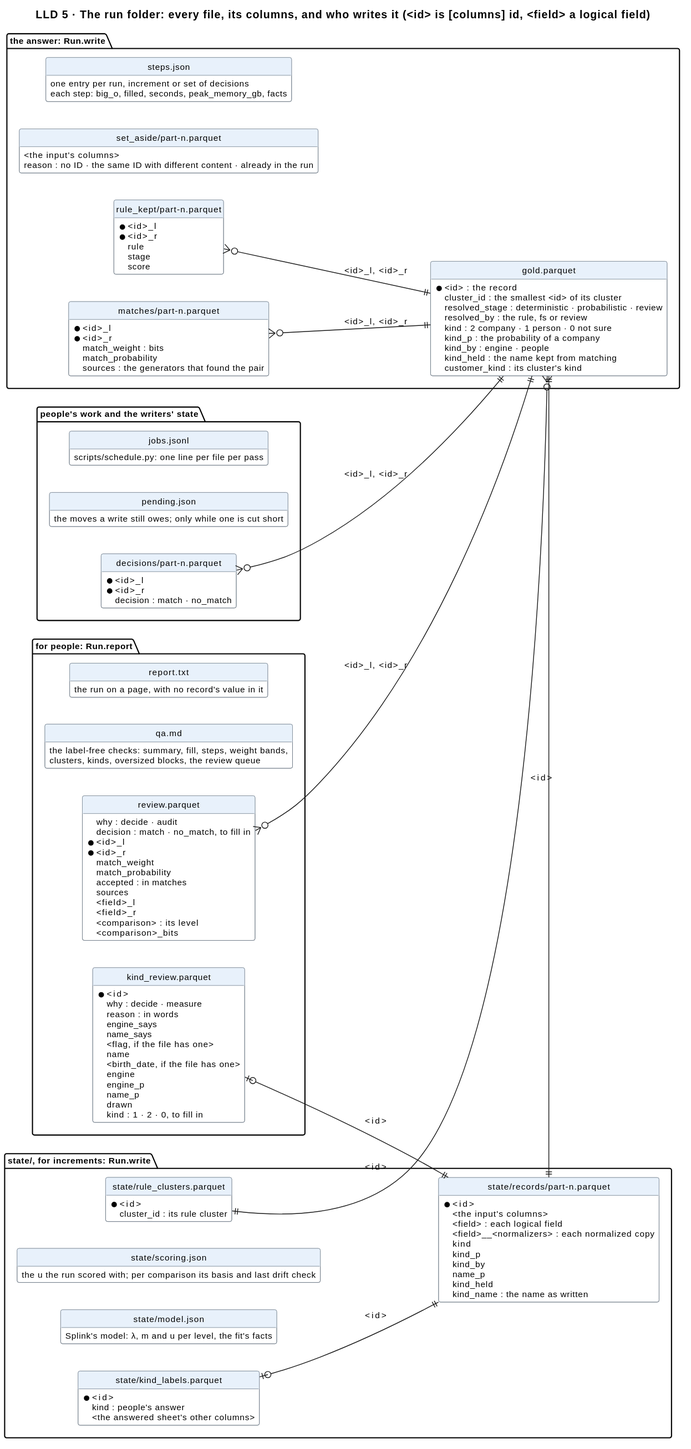
This is docs/diagrams/data.svg from mvsbm/entity_matching, a PlantUML export, as it was before one commit. Its diagram source:
```plantuml
@startuml
title LLD 5 · The run folder: every file, its columns, and who writes it (<id> is [columns] id, <field> a logical field)
set namespaceSeparator none
left to right direction
hide circle
hide methods
skinparam defaultFontSize 11
skinparam class {
  BackgroundColor #FFFFFF
  BorderColor #65717E
  HeaderBackgroundColor #E8F1FB
}

package "the answer: Run.write" {
  entity "gold.parquet" as gold {
    * <id> : the record
    cluster_id : the smallest <id> of its cluster
    resolved_stage : deterministic · probabilistic · review
    resolved_by : the rule, fs or review
    kind : 2 company · 1 person · 0 not sure
    kind_p : the probability of a company
    kind_by : engine · people
    kind_held : the name kept from matching
    customer_kind : its cluster's kind
  }
  entity "matches/part-n.parquet" as matches {
    * <id>_l
    * <id>_r
    match_weight : bits
    match_probability
    sources : the generators that found the pair
  }
  entity "rule_kept/part-n.parquet" as rule_kept {
    * <id>_l
    * <id>_r
    rule
    stage
    score
  }
  entity "set_aside/part-n.parquet" as set_aside {
    <the input's columns>
    reason : no ID · the same ID with different content · already in the run
  }
  entity "steps.json" as steps {
    one entry per run, increment or set of decisions
    each step: big_o, filled, seconds, peak_memory_gb, facts
  }
}

package "state/, for increments: Run.write" {
  entity "state/records/part-n.parquet" as records {
    * <id>
    <the input's columns>
    <field> : each logical field
    <field>__<normalizers> : each normalized copy
    kind
    kind_p
    kind_by
    name_p
    kind_held
    kind_name : the name as written
  }
  entity "state/rule_clusters.parquet" as rule_clusters {
    * <id>
    cluster_id : its rule cluster
  }
  entity "state/model.json" as model {
    Splink's model: λ, m and u per level, the fit's facts
  }
  entity "state/scoring.json" as scoring {
    the u the run scored with; per comparison its basis and last drift check
  }
  entity "state/kind_labels.parquet" as kind_labels {
    * <id>
    kind : people's answer
    <the answered sheet's other columns>
  }
}

package "for people: Run.report" {
  entity "review.parquet" as review {
    why : decide · audit
    decision : match · no_match, to fill in
    * <id>_l
    * <id>_r
    match_weight
    match_probability
    accepted : in matches
    sources
    <field>_l
    <field>_r
    <comparison> : its level
    <comparison>_bits
  }
  entity "kind_review.parquet" as kind_review {
    * <id>
    why : decide · measure
    reason : in words
    engine_says
    name_says
    <flag, if the file has one>
    name
    <birth_date, if the file has one>
    engine
    engine_p
    name_p
    drawn
    kind : 1 · 2 · 0, to fill in
  }
  entity "qa.md" as qa {
    the label-free checks: summary, fill, steps, weight bands,
    clusters, kinds, oversized blocks, the review queue
  }
  entity "report.txt" as report {
    the run on a page, with no record's value in it
  }
}

package "people's work and the writers' state" {
  entity "decisions/part-n.parquet" as decisions {
    * <id>_l
    * <id>_r
    decision : match · no_match
  }
  entity "pending.json" as pending {
    the moves a write still owes; only while one is cut short
  }
  entity "jobs.jsonl" as jobs {
    scripts/schedule.py: one line per file per pass
  }
}

gold }o--|| rule_clusters : <id>
matches }o--|| gold : <id>_l, <id>_r
rule_kept }o--|| gold : <id>_l, <id>_r
records ||--|| gold : <id>
kind_labels |o--|| records : <id>
review }o--|| gold : <id>_l, <id>_r
kind_review |o--|| records : <id>
decisions }o--|| gold : <id>_l, <id>_r
@enduml
```
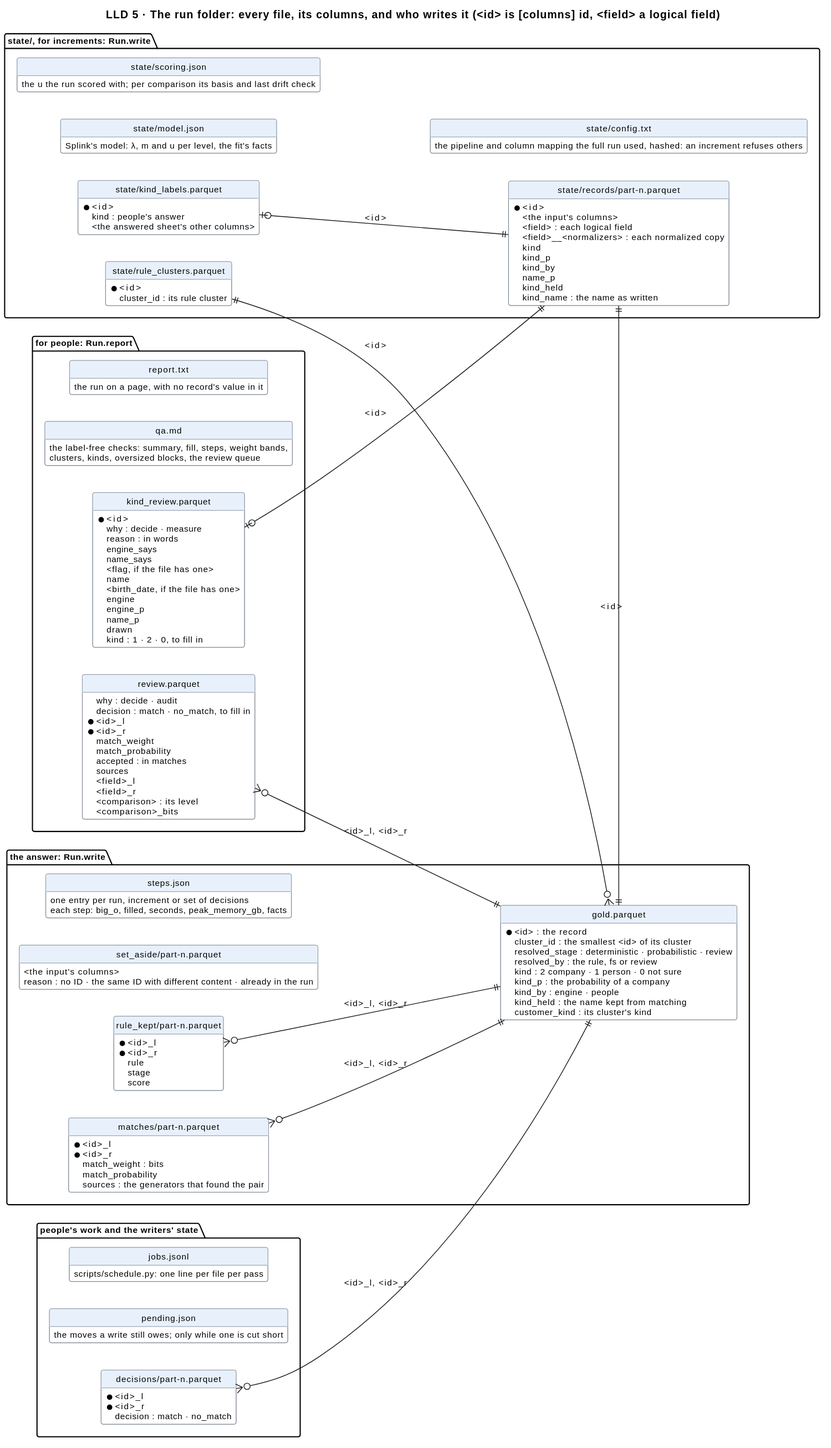
After the commit.

Change to the diagram source:
```diff
@@ -70,6 +70,9 @@
   entity "state/scoring.json" as scoring {
     the u the run scored with; per comparison its basis and last drift check
   }
+  entity "state/config.txt" as config {
+    the pipeline and column mapping the full run used, hashed: an increment refuses others
+  }
   entity "state/kind_labels.parquet" as kind_labels {
     * <id>
     kind : people's answer
```
